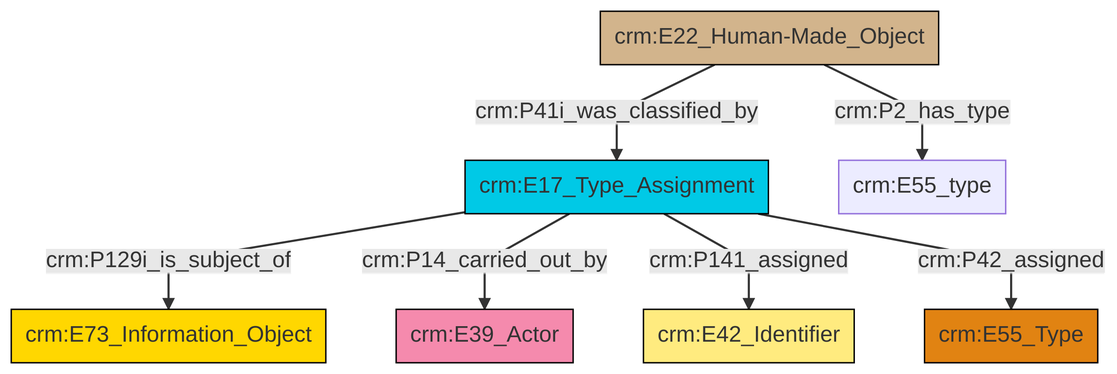
Earlier version of the Mermaid export et/builtWorkCSV/ttl/mmd/png/Built_Work_designation_status.png (swiss-art-research-net/docs.swissartresearch). Its source is kept beside it as et/builtWorkCSV/ttl/mmd/Built_Work_designation_status.ttl.mmd.
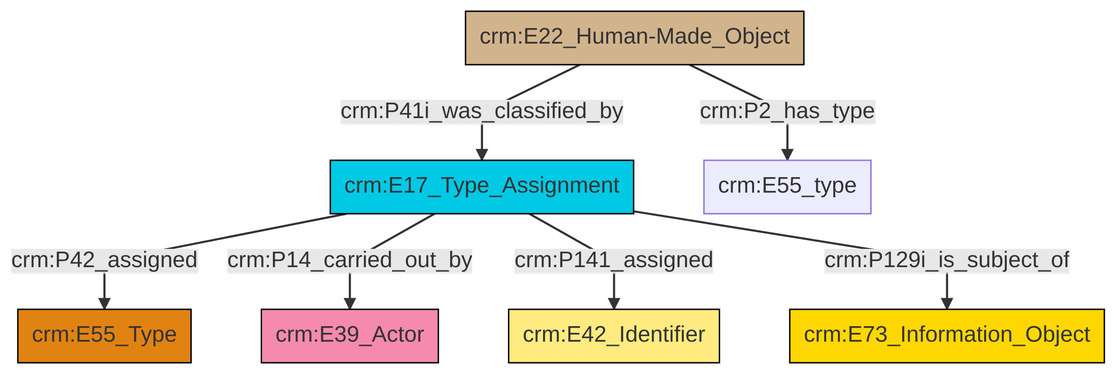
After the change.

What changed in the source:
```diff
@@ -13,9 +13,9 @@
 classDef PC_Classes fill:#4ce600, stroke:#000000;
 classDef Multi fill:#cccccc,stroke:#000000;
 
-2["crm:E17_Type_Assignment"]:::Temporal_Entity -->|crm:P129i_is_subject_of| 3["crm:E73_Information_Object"]:::Conceptual_Object
-2["crm:E17_Type_Assignment"]:::Temporal_Entity -->|crm:P14_carried_out_by| 7["crm:E39_Actor"]:::Actor
-0["crm:E22_Human-Made_Object"]:::Physical_Thing -->|crm:P2_has_type| 8["crm:E55_type"]:::Default
-0["crm:E22_Human-Made_Object"]:::Physical_Thing -->|crm:P41i_was_classified_by| 2["crm:E17_Type_Assignment"]:::Temporal_Entity
-2["crm:E17_Type_Assignment"]:::Temporal_Entity -->|crm:P141_assigned| 9["crm:E42_Identifier"]:::Appellation
-2["crm:E17_Type_Assignment"]:::Temporal_Entity -->|crm:P42_assigned| 5["crm:E55_Type"]:::Type
+0["crm:E17_Type_Assignment"]:::Temporal_Entity -->|crm:P42_assigned| 4["crm:E55_Type"]:::Type
+0["crm:E17_Type_Assignment"]:::Temporal_Entity -->|crm:P14_carried_out_by| 2["crm:E39_Actor"]:::Actor
+5["crm:E22_Human-Made_Object"]:::Physical_Thing -->|crm:P2_has_type| 6["crm:E55_type"]:::Default
+0["crm:E17_Type_Assignment"]:::Temporal_Entity -->|crm:P141_assigned| 11["crm:E42_Identifier"]:::Appellation
+5["crm:E22_Human-Made_Object"]:::Physical_Thing -->|crm:P41i_was_classified_by| 0["crm:E17_Type_Assignment"]:::Temporal_Entity
+0["crm:E17_Type_Assignment"]:::Temporal_Entity -->|crm:P129i_is_subject_of| 7["crm:E73_Information_Object"]:::Conceptual_Object
```
